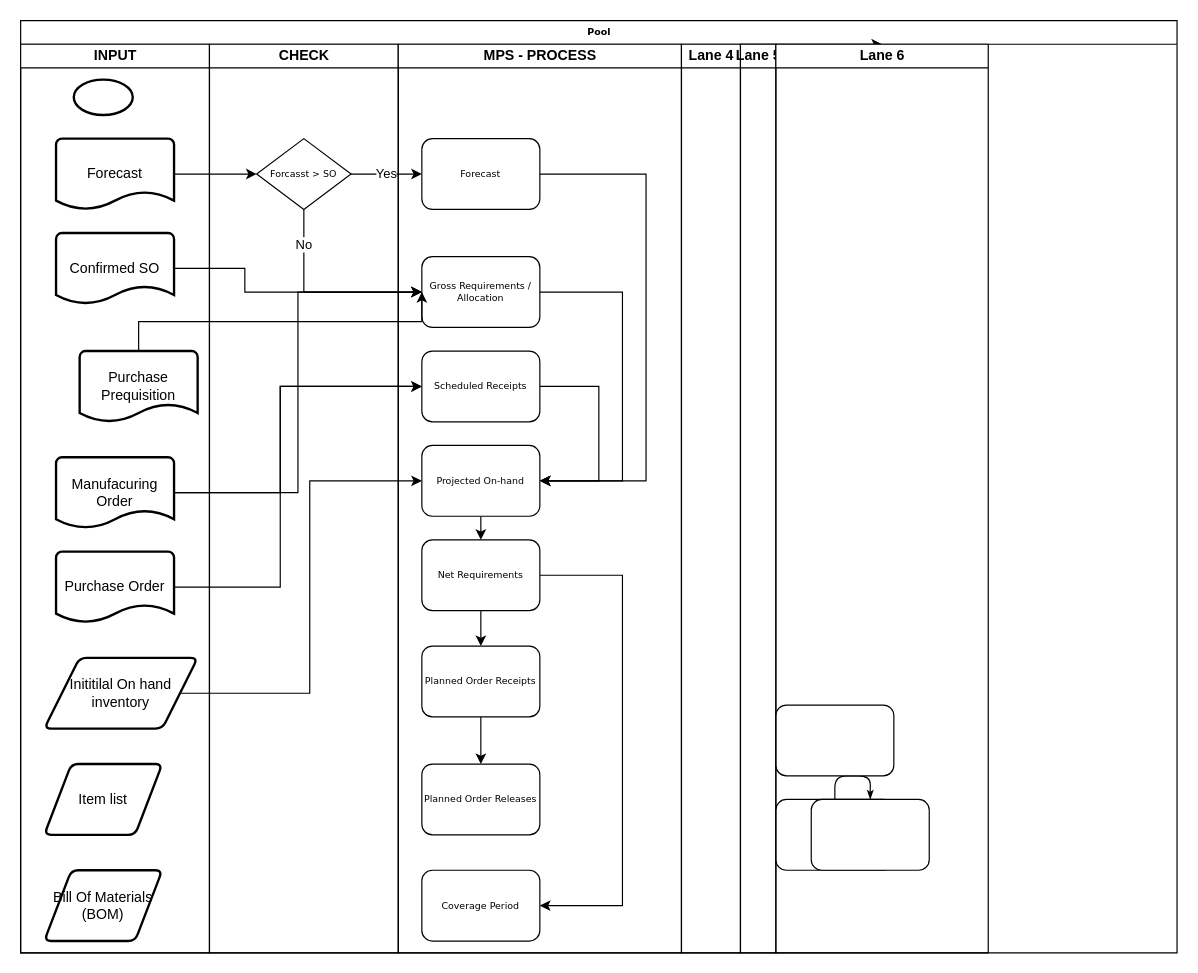
Before: Untitled Diagram.drawio in SungPN/Diagram-VRG, a draw.io diagram. Source tidied: cells renumbered, new cells numbered last; positions are measured from the earlier drawing's top-left corner, leaving out a move shared by most shapes. Both pictures are drawn from the tidied source at 118%, with x=0, y=0 at pixel (20, 20).
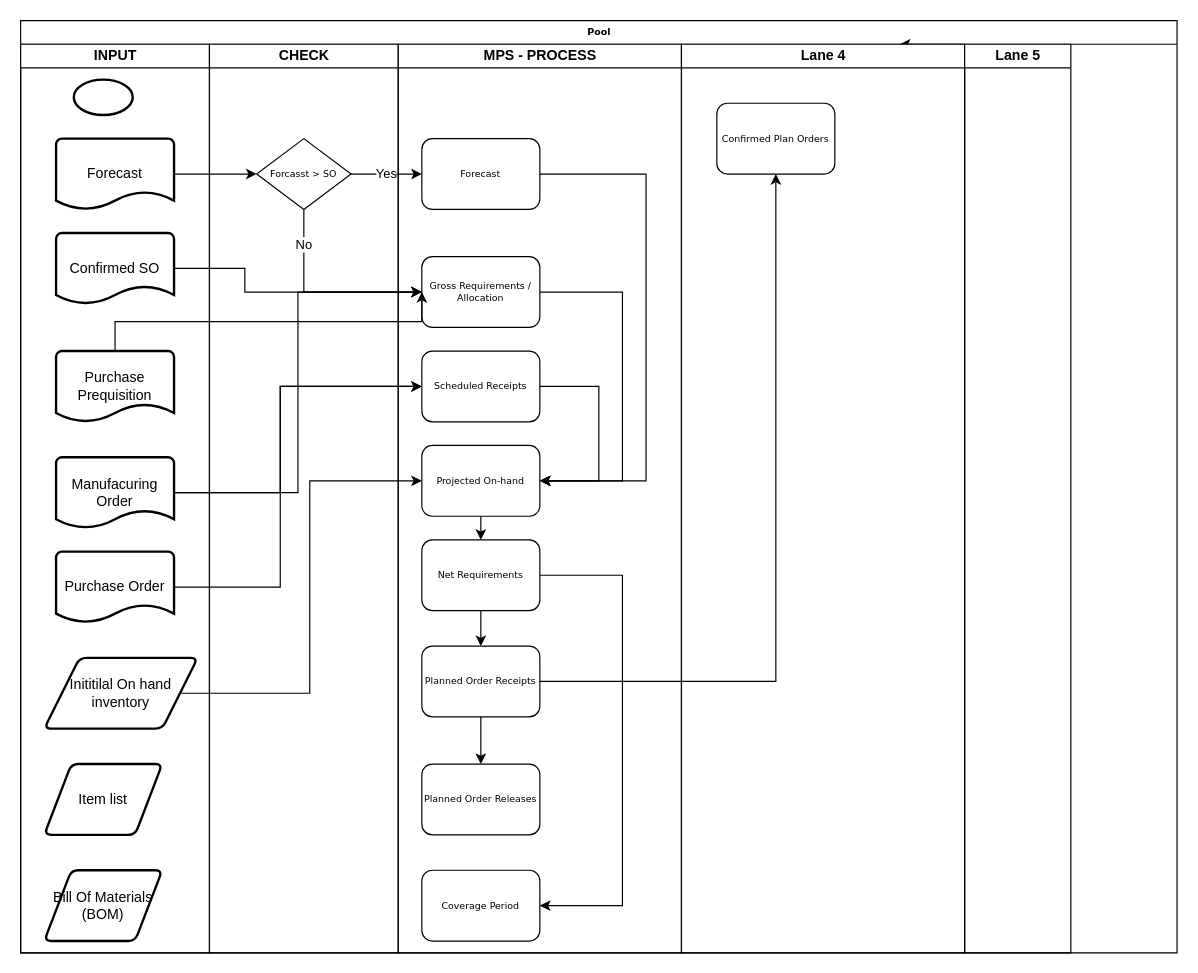
After the change.

Unchanged cells that the change refers to:
```xml
<mxCell id="2" value="Pool" style="swimlane;html=1;startSize=20;rounded=0;shadow=0;labelBackgroundColor=none;strokeWidth=1;fontFamily=Verdana;fontSize=8;align=center;" parent="1" vertex="1">
  <mxGeometry width="980" height="790" as="geometry" />
</mxCell>
<mxCell id="4" value="INPUT" style="swimlane;html=1;startSize=20;" parent="2" vertex="1">
  <mxGeometry y="20" width="160" height="770" as="geometry" />
</mxCell>
<mxCell id="20" value="Gross Requirements / Allocation" style="rounded=1;whiteSpace=wrap;html=1;shadow=0;labelBackgroundColor=none;strokeWidth=1;fontFamily=Verdana;fontSize=8;align=center;" parent="15" vertex="1">
  <mxGeometry x="20" y="180" width="100" height="60" as="geometry" />
</mxCell>
<mxCell id="29" value="Planned Order Receipts" style="rounded=1;whiteSpace=wrap;html=1;shadow=0;labelBackgroundColor=none;strokeWidth=1;fontFamily=Verdana;fontSize=8;align=center;" parent="15" vertex="1">
  <mxGeometry x="20" y="510" width="100" height="60" as="geometry" />
</mxCell>
```

The edit, as a diff of the source:
```diff
@@
-    <mxCell id="3" style="edgeStyle=orthogonalEdgeStyle;rounded=1;html=1;labelBackgroundColor=none;startArrow=none;startFill=0;startSize=5;endArrow=classicThin;endFill=1;endSize=5;jettySize=auto;strokeWidth=1;fontFamily=Verdana;fontSize=8;" parent="2" edge="1" source="35" target="45">
-      <mxGeometry relative="1" as="geometry" />
-    </mxCell>
@@
+    <mxCell id="47" value="Purchase Prequisition" style="strokeWidth=2;html=1;shape=mxgraph.flowchart.document2;whiteSpace=wrap;size=0.25;" parent="4" vertex="1">
+      <mxGeometry x="30" y="260" width="100" height="60" as="geometry" />
+    </mxCell>
@@
-    <mxCell id="31" style="edgeStyle=elbowEdgeStyle;rounded=0;jettySize=auto;elbow=vertical;html=1;exitX=1;exitY=0;exitDx=0;exitDy=0;entryX=0.5;entryY=0;entryDx=0;entryDy=0;" parent="2" edge="1" source="32" target="44">
-      <mxGeometry relative="1" as="geometry" />
+    <mxCell id="31" style="edgeStyle=elbowEdgeStyle;rounded=0;jettySize=auto;elbow=vertical;html=1;exitX=1;exitY=0;exitDx=0;exitDy=0;entryX=0.5;entryY=0;entryDx=0;entryDy=0;" parent="2" edge="1" source="32">
+      <mxGeometry relative="1" as="geometry">
+        <mxPoint x="745" y="20" as="targetPoint" />
+      </mxGeometry>
     </mxCell>
-    <mxCell id="32" value="Lane 4" style="swimlane;html=1;startSize=20;" parent="2" vertex="1">
-      <mxGeometry x="560" y="20" width="50" height="770" as="geometry" />
-    </mxCell>
-    <mxCell id="33" value="Lane 5" style="swimlane;html=1;startSize=20;" parent="2" vertex="1">
-      <mxGeometry x="610" y="20" width="30" height="770" as="geometry" />
-    </mxCell>
-    <mxCell id="34" style="rounded=1;whiteSpace=wrap;html=1;shadow=0;labelBackgroundColor=none;strokeWidth=1;fontFamily=Verdana;fontSize=8;align=center;" parent="33" vertex="1">
-      <mxGeometry x="30" y="560" width="100" height="60" as="geometry" />
-    </mxCell>
-    <mxCell id="35" style="rounded=1;whiteSpace=wrap;html=1;shadow=0;labelBackgroundColor=none;strokeWidth=1;fontFamily=Verdana;fontSize=8;align=center;" parent="33" vertex="1">
-      <mxGeometry x="30" y="640" width="100" height="60" as="geometry" />
-    </mxCell>
@@
-    <mxCell id="44" value="Lane 6" style="swimlane;html=1;startSize=20;" parent="2" vertex="1">
-      <mxGeometry x="640" y="20" width="180" height="770" as="geometry" />
-    </mxCell>
-    <mxCell id="45" style="rounded=1;whiteSpace=wrap;html=1;shadow=0;labelBackgroundColor=none;strokeWidth=1;fontFamily=Verdana;fontSize=8;align=center;" parent="44" vertex="1">
-      <mxGeometry x="30" y="640" width="100" height="60" as="geometry" />
-    </mxCell>
-    <mxCell id="46" style="edgeStyle=elbowEdgeStyle;rounded=0;jettySize=auto;html=1;entryX=0;entryY=0.5;entryDx=0;entryDy=0;elbow=vertical;" parent="1" edge="1" source="47" target="20">
+    <mxCell id="46" style="edgeStyle=elbowEdgeStyle;rounded=0;jettySize=auto;html=1;entryX=0;entryY=0.5;entryDx=0;entryDy=0;elbow=vertical;" parent="2" edge="1" source="47" target="20">
       <mxGeometry relative="1" as="geometry" />
     </mxCell>
-    <mxCell id="47" value="Purchase Prequisition" style="strokeWidth=2;html=1;shape=mxgraph.flowchart.document2;whiteSpace=wrap;size=0.25;" parent="1" vertex="1">
-      <mxGeometry x="50" y="280" width="100" height="60" as="geometry" />
-    </mxCell>
+    <mxCell id="32" value="Lane 4" style="swimlane;html=1;startSize=20;" parent="2" vertex="1">
+      <mxGeometry x="560" y="20" width="240" height="770" as="geometry" />
+    </mxCell>
+    <mxCell id="48" value="Confirmed Plan Orders" style="rounded=1;whiteSpace=wrap;html=1;shadow=0;labelBackgroundColor=none;strokeWidth=1;fontFamily=Verdana;fontSize=8;align=center;" parent="32" vertex="1">
+      <mxGeometry x="30" y="50" width="100" height="60" as="geometry" />
+    </mxCell>
+    <mxCell id="33" value="Lane 5" style="swimlane;html=1;startSize=20;" parent="2" vertex="1">
+      <mxGeometry x="800" y="20" width="90" height="770" as="geometry" />
+    </mxCell>
+    <mxCell id="49" style="edgeStyle=elbowEdgeStyle;rounded=0;jettySize=auto;elbow=vertical;html=1;exitX=1;exitY=0.5;exitDx=0;exitDy=0;entryX=0.5;entryY=1;entryDx=0;entryDy=0;" parent="2" edge="1" source="29" target="48">
+      <mxGeometry relative="1" as="geometry">
+        <Array as="points">
+          <mxPoint x="540" y="560" />
+          <mxPoint x="680" y="510" />
+          <mxPoint x="630" y="510" />
+          <mxPoint x="500" y="570" />
+          <mxPoint x="510" y="660" />
+          <mxPoint x="580" y="660" />
+        </Array>
+      </mxGeometry>
+    </mxCell>
```
